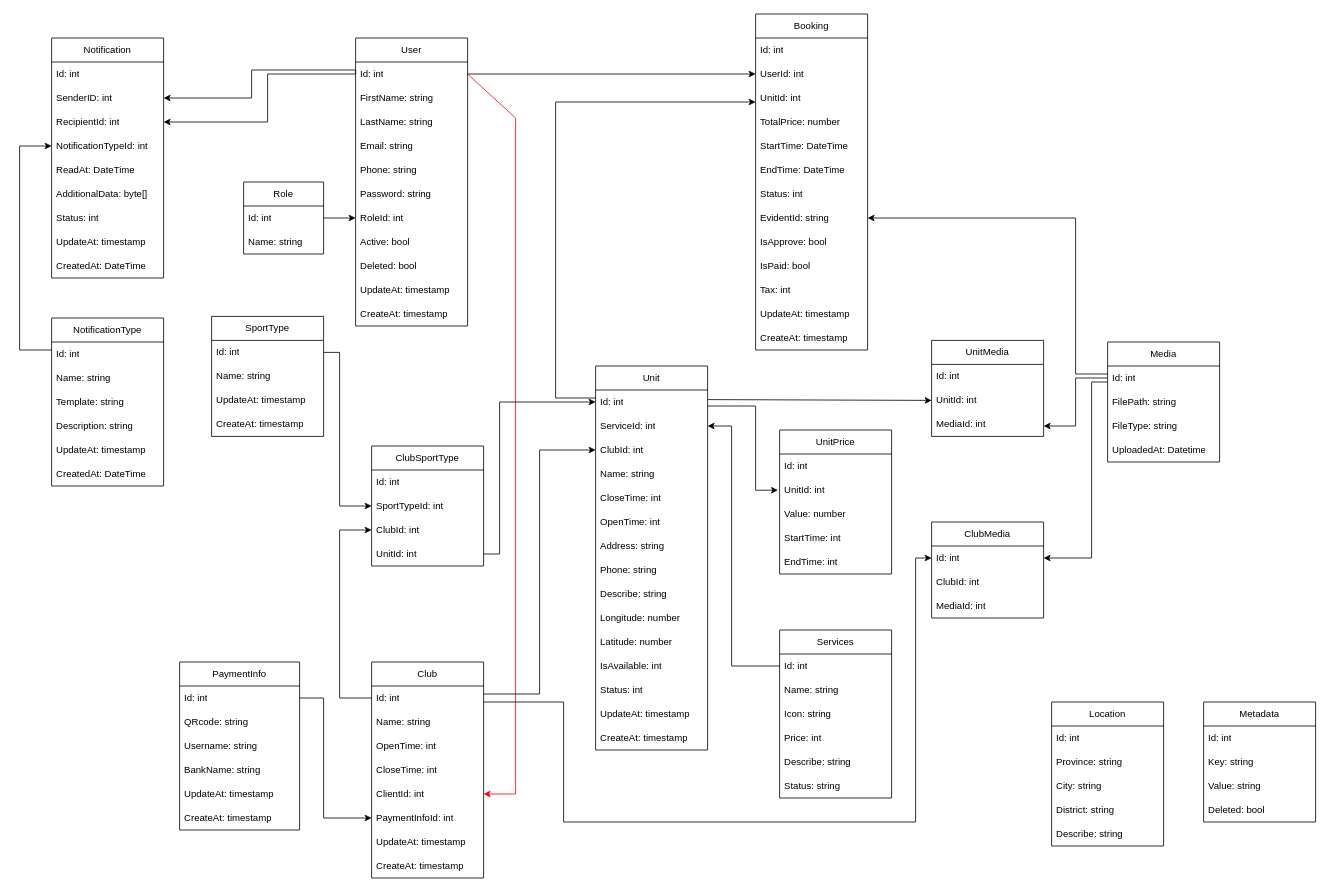
This is page "database" (2 of 2) of docs/SportsFieldBooking.drawio from LoanTTM232/LoanTTM232, a draw.io file, before an edit. Source tidied: cells renumbered, new cells numbered last; positions are measured from the earlier drawing's top-left corner, leaving out a move shared by most shapes. Both pictures are drawn from the tidied source at 80%, with x=0, y=0 at pixel (19, 14).
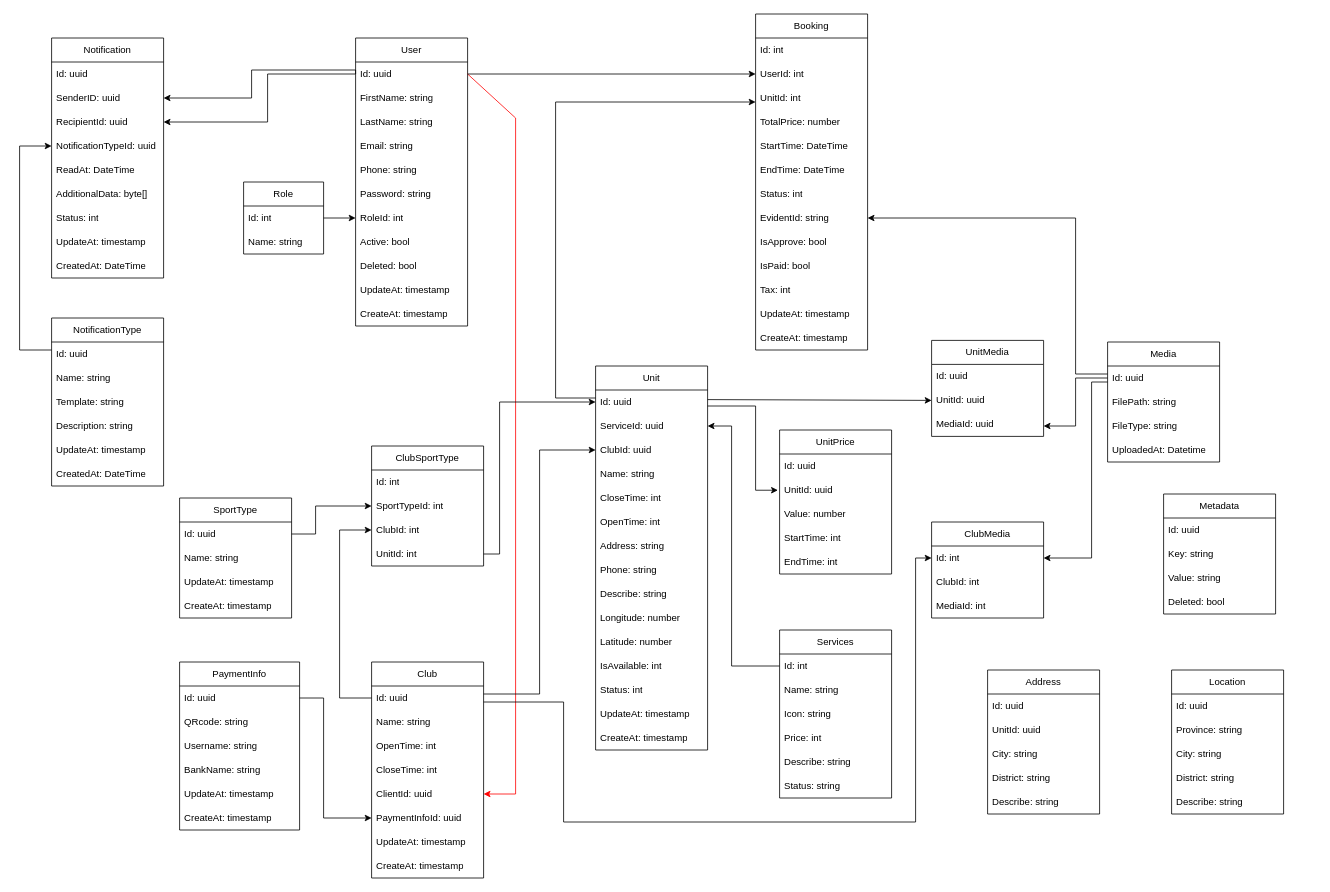
The same diagram, later.

Unchanged cells that the change refers to:
```xml
<mxCell id="5" value="User" style="swimlane;fontStyle=0;horizontal=1;startSize=30;whiteSpace=wrap;html=1;" parent="1" vertex="1">
  <mxGeometry x="420" y="30" width="140" height="360" as="geometry" />
</mxCell>
<mxCell id="17" value="Unit" style="swimlane;fontStyle=0;horizontal=1;startSize=30;whiteSpace=wrap;html=1;" parent="1" vertex="1">
  <mxGeometry x="720" y="440" width="140" height="480" as="geometry" />
</mxCell>
<mxCell id="54" value="PaymentInfo" style="swimlane;fontStyle=0;horizontal=1;startSize=30;whiteSpace=wrap;html=1;" parent="1" vertex="1">
  <mxGeometry x="200" y="810" width="150" height="210" as="geometry" />
</mxCell>
<mxCell id="61" value="Notification" style="swimlane;fontStyle=0;horizontal=1;startSize=30;whiteSpace=wrap;html=1;" parent="1" vertex="1">
  <mxGeometry x="40" y="30" width="140" height="300" as="geometry" />
</mxCell>
<mxCell id="71" value="UnitMedia" style="swimlane;fontStyle=0;horizontal=1;startSize=30;whiteSpace=wrap;html=1;" parent="1" vertex="1">
  <mxGeometry x="1140" y="408" width="140" height="120" as="geometry" />
</mxCell>
<mxCell id="86" value="NotificationType" style="swimlane;fontStyle=0;horizontal=1;startSize=30;whiteSpace=wrap;html=1;" parent="1" vertex="1">
  <mxGeometry x="40" y="380" width="140" height="210" as="geometry" />
</mxCell>
<mxCell id="94" value="UnitPrice" style="swimlane;fontStyle=0;horizontal=1;startSize=30;whiteSpace=wrap;html=1;" parent="1" vertex="1">
  <mxGeometry x="950" y="520" width="140" height="180" as="geometry" />
</mxCell>
<mxCell id="101" value="Media" style="swimlane;fontStyle=0;horizontal=1;startSize=30;whiteSpace=wrap;html=1;" parent="1" vertex="1">
  <mxGeometry x="1360" y="410" width="140" height="150" as="geometry" />
</mxCell>
<mxCell id="109" value="Club" style="swimlane;fontStyle=0;horizontal=1;startSize=30;whiteSpace=wrap;html=1;" parent="1" vertex="1">
  <mxGeometry x="440" y="810" width="140" height="270" as="geometry" />
</mxCell>
<mxCell id="129" value="SportTypeId: int" style="text;strokeColor=none;fillColor=none;align=left;verticalAlign=middle;spacingLeft=4;spacingRight=4;overflow=hidden;points=[[0,0.5],[1,0.5]];portConstraint=eastwest;whiteSpace=wrap;html=1;" parent="127" vertex="1">
  <mxGeometry y="60" width="140" height="30" as="geometry" />
</mxCell>
```

Diff of the diagram source:
```diff
@@
-    <mxCell id="6" value="Id: int" style="text;strokeColor=none;fillColor=none;align=left;verticalAlign=middle;spacingLeft=4;spacingRight=4;overflow=hidden;points=[[0,0.5],[1,0.5]];portConstraint=eastwest;whiteSpace=wrap;html=1;" parent="5" vertex="1">
+    <mxCell id="6" value="Id: uuid" style="text;strokeColor=none;fillColor=none;align=left;verticalAlign=middle;spacingLeft=4;spacingRight=4;overflow=hidden;points=[[0,0.5],[1,0.5]];portConstraint=eastwest;whiteSpace=wrap;html=1;" parent="5" vertex="1">
       <mxGeometry y="30" width="140" height="30" as="geometry" />
     </mxCell>
@@
-    <mxCell id="18" value="Id: int" style="text;strokeColor=none;fillColor=none;align=left;verticalAlign=middle;spacingLeft=4;spacingRight=4;overflow=hidden;points=[[0,0.5],[1,0.5]];portConstraint=eastwest;whiteSpace=wrap;html=1;" parent="17" vertex="1">
+    <mxCell id="18" value="Id: uuid" style="text;strokeColor=none;fillColor=none;align=left;verticalAlign=middle;spacingLeft=4;spacingRight=4;overflow=hidden;points=[[0,0.5],[1,0.5]];portConstraint=eastwest;whiteSpace=wrap;html=1;" parent="17" vertex="1">
       <mxGeometry y="30" width="140" height="30" as="geometry" />
     </mxCell>
-    <mxCell id="19" value="ServiceId: int" style="text;strokeColor=none;fillColor=none;align=left;verticalAlign=middle;spacingLeft=4;spacingRight=4;overflow=hidden;points=[[0,0.5],[1,0.5]];portConstraint=eastwest;whiteSpace=wrap;html=1;" parent="17" vertex="1">
+    <mxCell id="19" value="ServiceId: uuid" style="text;strokeColor=none;fillColor=none;align=left;verticalAlign=middle;spacingLeft=4;spacingRight=4;overflow=hidden;points=[[0,0.5],[1,0.5]];portConstraint=eastwest;whiteSpace=wrap;html=1;" parent="17" vertex="1">
       <mxGeometry y="60" width="140" height="30" as="geometry" />
     </mxCell>
-    <mxCell id="20" value="ClubId: int" style="text;strokeColor=none;fillColor=none;align=left;verticalAlign=middle;spacingLeft=4;spacingRight=4;overflow=hidden;points=[[0,0.5],[1,0.5]];portConstraint=eastwest;whiteSpace=wrap;html=1;" parent="17" vertex="1">
+    <mxCell id="20" value="ClubId: uuid" style="text;strokeColor=none;fillColor=none;align=left;verticalAlign=middle;spacingLeft=4;spacingRight=4;overflow=hidden;points=[[0,0.5],[1,0.5]];portConstraint=eastwest;whiteSpace=wrap;html=1;" parent="17" vertex="1">
       <mxGeometry y="90" width="140" height="30" as="geometry" />
     </mxCell>
@@
-    <mxCell id="55" value="Id: int" style="text;strokeColor=none;fillColor=none;align=left;verticalAlign=middle;spacingLeft=4;spacingRight=4;overflow=hidden;points=[[0,0.5],[1,0.5]];portConstraint=eastwest;whiteSpace=wrap;html=1;" parent="54" vertex="1">
+    <mxCell id="55" value="Id: uuid" style="text;strokeColor=none;fillColor=none;align=left;verticalAlign=middle;spacingLeft=4;spacingRight=4;overflow=hidden;points=[[0,0.5],[1,0.5]];portConstraint=eastwest;whiteSpace=wrap;html=1;" parent="54" vertex="1">
       <mxGeometry y="30" width="150" height="30" as="geometry" />
     </mxCell>
@@
-    <mxCell id="62" value="Id: int" style="text;strokeColor=none;fillColor=none;align=left;verticalAlign=middle;spacingLeft=4;spacingRight=4;overflow=hidden;whiteSpace=wrap;html=1;" parent="61" vertex="1">
+    <mxCell id="62" value="Id: uuid" style="text;strokeColor=none;fillColor=none;align=left;verticalAlign=middle;spacingLeft=4;spacingRight=4;overflow=hidden;whiteSpace=wrap;html=1;" parent="61" vertex="1">
       <mxGeometry y="30" width="140" height="30" as="geometry" />
     </mxCell>
-    <mxCell id="63" value="SenderID: int" style="text;strokeColor=none;fillColor=none;align=left;verticalAlign=middle;spacingLeft=4;spacingRight=4;overflow=hidden;points=[[0,0.5],[1,0.5]];portConstraint=eastwest;whiteSpace=wrap;html=1;" parent="61" vertex="1">
+    <mxCell id="63" value="SenderID: uuid" style="text;strokeColor=none;fillColor=none;align=left;verticalAlign=middle;spacingLeft=4;spacingRight=4;overflow=hidden;points=[[0,0.5],[1,0.5]];portConstraint=eastwest;whiteSpace=wrap;html=1;" parent="61" vertex="1">
       <mxGeometry y="60" width="140" height="30" as="geometry" />
     </mxCell>
-    <mxCell id="64" value="RecipientId: int" style="text;strokeColor=none;fillColor=none;align=left;verticalAlign=middle;spacingLeft=4;spacingRight=4;overflow=hidden;points=[[0,0.5],[1,0.5]];portConstraint=eastwest;whiteSpace=wrap;html=1;" parent="61" vertex="1">
+    <mxCell id="64" value="RecipientId: uuid" style="text;strokeColor=none;fillColor=none;align=left;verticalAlign=middle;spacingLeft=4;spacingRight=4;overflow=hidden;points=[[0,0.5],[1,0.5]];portConstraint=eastwest;whiteSpace=wrap;html=1;" parent="61" vertex="1">
       <mxGeometry y="90" width="140" height="30" as="geometry" />
     </mxCell>
-    <mxCell id="65" value="NotificationTypeId: int" style="text;strokeColor=none;fillColor=none;align=left;verticalAlign=middle;spacingLeft=4;spacingRight=4;overflow=hidden;points=[[0,0.5],[1,0.5]];portConstraint=eastwest;whiteSpace=wrap;html=1;" parent="61" vertex="1">
+    <mxCell id="65" value="NotificationTypeId: uuid" style="text;strokeColor=none;fillColor=none;align=left;verticalAlign=middle;spacingLeft=4;spacingRight=4;overflow=hidden;points=[[0,0.5],[1,0.5]];portConstraint=eastwest;whiteSpace=wrap;html=1;" parent="61" vertex="1">
       <mxGeometry y="120" width="140" height="30" as="geometry" />
     </mxCell>
@@
-    <mxCell id="72" value="Id: int" style="text;strokeColor=none;fillColor=none;align=left;verticalAlign=middle;spacingLeft=4;spacingRight=4;overflow=hidden;whiteSpace=wrap;html=1;" parent="71" vertex="1">
+    <mxCell id="72" value="Id: uuid" style="text;strokeColor=none;fillColor=none;align=left;verticalAlign=middle;spacingLeft=4;spacingRight=4;overflow=hidden;whiteSpace=wrap;html=1;" parent="71" vertex="1">
       <mxGeometry y="30" width="140" height="30" as="geometry" />
     </mxCell>
-    <mxCell id="73" value="UnitId: int" style="text;strokeColor=none;fillColor=none;align=left;verticalAlign=middle;spacingLeft=4;spacingRight=4;overflow=hidden;points=[[0,0.5],[1,0.5]];portConstraint=eastwest;whiteSpace=wrap;html=1;" parent="71" vertex="1">
+    <mxCell id="73" value="UnitId: uuid" style="text;strokeColor=none;fillColor=none;align=left;verticalAlign=middle;spacingLeft=4;spacingRight=4;overflow=hidden;points=[[0,0.5],[1,0.5]];portConstraint=eastwest;whiteSpace=wrap;html=1;" parent="71" vertex="1">
       <mxGeometry y="60" width="140" height="30" as="geometry" />
     </mxCell>
-    <mxCell id="74" value="MediaId: int" style="text;strokeColor=none;fillColor=none;align=left;verticalAlign=middle;spacingLeft=4;spacingRight=4;overflow=hidden;points=[[0,0.5],[1,0.5]];portConstraint=eastwest;whiteSpace=wrap;html=1;" parent="71" vertex="1">
+    <mxCell id="74" value="MediaId: uuid" style="text;strokeColor=none;fillColor=none;align=left;verticalAlign=middle;spacingLeft=4;spacingRight=4;overflow=hidden;points=[[0,0.5],[1,0.5]];portConstraint=eastwest;whiteSpace=wrap;html=1;" parent="71" vertex="1">
       <mxGeometry y="90" width="140" height="30" as="geometry" />
     </mxCell>
@@
     <mxCell id="77" value="SportType" style="swimlane;fontStyle=0;horizontal=1;startSize=30;whiteSpace=wrap;html=1;" parent="1" vertex="1">
-      <mxGeometry x="240" y="378" width="140" height="150" as="geometry" />
+      <mxGeometry x="200" y="605" width="140" height="150" as="geometry" />
     </mxCell>
-    <mxCell id="78" value="Id: int" style="text;strokeColor=none;fillColor=none;align=left;verticalAlign=middle;spacingLeft=4;spacingRight=4;overflow=hidden;points=[[0,0.5],[1,0.5]];portConstraint=eastwest;whiteSpace=wrap;html=1;" parent="77" vertex="1">
+    <mxCell id="78" value="Id: uuid" style="text;strokeColor=none;fillColor=none;align=left;verticalAlign=middle;spacingLeft=4;spacingRight=4;overflow=hidden;points=[[0,0.5],[1,0.5]];portConstraint=eastwest;whiteSpace=wrap;html=1;" parent="77" vertex="1">
       <mxGeometry y="30" width="140" height="30" as="geometry" />
     </mxCell>
@@
-    <mxCell id="87" value="Id: int" style="text;strokeColor=none;fillColor=none;align=left;verticalAlign=middle;spacingLeft=4;spacingRight=4;overflow=hidden;points=[[0,0.5],[1,0.5]];portConstraint=eastwest;whiteSpace=wrap;html=1;" parent="86" vertex="1">
+    <mxCell id="87" value="Id: uuid" style="text;strokeColor=none;fillColor=none;align=left;verticalAlign=middle;spacingLeft=4;spacingRight=4;overflow=hidden;points=[[0,0.5],[1,0.5]];portConstraint=eastwest;whiteSpace=wrap;html=1;" parent="86" vertex="1">
       <mxGeometry y="30" width="140" height="30" as="geometry" />
     </mxCell>
@@
-    <mxCell id="95" value="Id: int" style="text;strokeColor=none;fillColor=none;align=left;verticalAlign=middle;spacingLeft=4;spacingRight=4;overflow=hidden;whiteSpace=wrap;html=1;" parent="94" vertex="1">
+    <mxCell id="95" value="Id: uuid" style="text;strokeColor=none;fillColor=none;align=left;verticalAlign=middle;spacingLeft=4;spacingRight=4;overflow=hidden;whiteSpace=wrap;html=1;" parent="94" vertex="1">
       <mxGeometry y="30" width="140" height="30" as="geometry" />
     </mxCell>
-    <mxCell id="96" value="UnitId: int" style="text;strokeColor=none;fillColor=none;align=left;verticalAlign=middle;spacingLeft=4;spacingRight=4;overflow=hidden;points=[[0,0.5],[1,0.5]];portConstraint=eastwest;whiteSpace=wrap;html=1;" parent="94" vertex="1">
+    <mxCell id="96" value="UnitId: uuid" style="text;strokeColor=none;fillColor=none;align=left;verticalAlign=middle;spacingLeft=4;spacingRight=4;overflow=hidden;points=[[0,0.5],[1,0.5]];portConstraint=eastwest;whiteSpace=wrap;html=1;" parent="94" vertex="1">
       <mxGeometry y="60" width="140" height="30" as="geometry" />
     </mxCell>
@@
-    <mxCell id="102" value="Id: int" style="text;strokeColor=none;fillColor=none;align=left;verticalAlign=middle;spacingLeft=4;spacingRight=4;overflow=hidden;points=[[0,0.5],[1,0.5]];portConstraint=eastwest;whiteSpace=wrap;html=1;" parent="101" vertex="1">
+    <mxCell id="102" value="Id: uuid" style="text;strokeColor=none;fillColor=none;align=left;verticalAlign=middle;spacingLeft=4;spacingRight=4;overflow=hidden;points=[[0,0.5],[1,0.5]];portConstraint=eastwest;whiteSpace=wrap;html=1;" parent="101" vertex="1">
       <mxGeometry y="30" width="140" height="30" as="geometry" />
     </mxCell>
@@
-    <mxCell id="110" value="Id: int" style="text;strokeColor=none;fillColor=none;align=left;verticalAlign=middle;spacingLeft=4;spacingRight=4;overflow=hidden;points=[[0,0.5],[1,0.5]];portConstraint=eastwest;whiteSpace=wrap;html=1;" parent="109" vertex="1">
+    <mxCell id="110" value="Id: uuid" style="text;strokeColor=none;fillColor=none;align=left;verticalAlign=middle;spacingLeft=4;spacingRight=4;overflow=hidden;points=[[0,0.5],[1,0.5]];portConstraint=eastwest;whiteSpace=wrap;html=1;" parent="109" vertex="1">
       <mxGeometry y="30" width="140" height="30" as="geometry" />
     </mxCell>
@@
-    <mxCell id="114" value="ClientId: int" style="text;strokeColor=none;fillColor=none;align=left;verticalAlign=middle;spacingLeft=4;spacingRight=4;overflow=hidden;points=[[0,0.5],[1,0.5]];portConstraint=eastwest;whiteSpace=wrap;html=1;" parent="109" vertex="1">
+    <mxCell id="114" value="ClientId: uuid" style="text;strokeColor=none;fillColor=none;align=left;verticalAlign=middle;spacingLeft=4;spacingRight=4;overflow=hidden;points=[[0,0.5],[1,0.5]];portConstraint=eastwest;whiteSpace=wrap;html=1;" parent="109" vertex="1">
       <mxGeometry y="150" width="140" height="30" as="geometry" />
     </mxCell>
-    <mxCell id="115" value="PaymentInfoId: int" style="text;strokeColor=none;fillColor=none;align=left;verticalAlign=middle;spacingLeft=4;spacingRight=4;overflow=hidden;points=[[0,0.5],[1,0.5]];portConstraint=eastwest;whiteSpace=wrap;html=1;" parent="109" vertex="1">
+    <mxCell id="115" value="PaymentInfoId: uuid" style="text;strokeColor=none;fillColor=none;align=left;verticalAlign=middle;spacingLeft=4;spacingRight=4;overflow=hidden;points=[[0,0.5],[1,0.5]];portConstraint=eastwest;whiteSpace=wrap;html=1;" parent="109" vertex="1">
       <mxGeometry y="180" width="140" height="30" as="geometry" />
     </mxCell>
@@
     <mxCell id="132" style="edgeStyle=orthogonalEdgeStyle;rounded=0;jettySize=auto;html=1;" parent="1" edge="1" source="78" target="129">
       <mxGeometry relative="1" as="geometry">
         <Array as="points">
-          <mxPoint x="400" y="423" />
-          <mxPoint x="400" y="615" />
+          <mxPoint x="370" y="650" />
+          <mxPoint x="370" y="615" />
         </Array>
       </mxGeometry>
     </mxCell>
@@
     <mxCell id="135" value="Location" style="swimlane;fontStyle=0;horizontal=1;startSize=30;whiteSpace=wrap;html=1;" parent="1" vertex="1">
-      <mxGeometry x="1290" y="860" width="140" height="180" as="geometry" />
+      <mxGeometry x="1440" y="820" width="140" height="180" as="geometry" />
     </mxCell>
-    <mxCell id="136" value="Id: int" style="text;strokeColor=none;fillColor=none;align=left;verticalAlign=middle;spacingLeft=4;spacingRight=4;overflow=hidden;whiteSpace=wrap;html=1;" parent="135" vertex="1">
+    <mxCell id="136" value="Id: uuid" style="text;strokeColor=none;fillColor=none;align=left;verticalAlign=middle;spacingLeft=4;spacingRight=4;overflow=hidden;whiteSpace=wrap;html=1;" parent="135" vertex="1">
       <mxGeometry y="30" width="140" height="30" as="geometry" />
     </mxCell>
@@
     <mxCell id="141" value="Metadata" style="swimlane;fontStyle=0;horizontal=1;startSize=30;whiteSpace=wrap;html=1;" parent="1" vertex="1">
-      <mxGeometry x="1480" y="860" width="140" height="150" as="geometry" />
+      <mxGeometry x="1430" y="600" width="140" height="150" as="geometry" />
     </mxCell>
-    <mxCell id="142" value="Id: int" style="text;strokeColor=none;fillColor=none;align=left;verticalAlign=middle;spacingLeft=4;spacingRight=4;overflow=hidden;whiteSpace=wrap;html=1;" parent="141" vertex="1">
+    <mxCell id="142" value="Id: uuid" style="text;strokeColor=none;fillColor=none;align=left;verticalAlign=middle;spacingLeft=4;spacingRight=4;overflow=hidden;whiteSpace=wrap;html=1;" parent="141" vertex="1">
       <mxGeometry y="30" width="140" height="30" as="geometry" />
     </mxCell>
@@
+    <mxCell id="146" value="Address" style="swimlane;fontStyle=0;horizontal=1;startSize=30;whiteSpace=wrap;html=1;" parent="1" vertex="1">
+      <mxGeometry x="1210" y="820" width="140" height="180" as="geometry" />
+    </mxCell>
+    <mxCell id="147" value="Id: uuid" style="text;strokeColor=none;fillColor=none;align=left;verticalAlign=middle;spacingLeft=4;spacingRight=4;overflow=hidden;whiteSpace=wrap;html=1;" parent="146" vertex="1">
+      <mxGeometry y="30" width="140" height="30" as="geometry" />
+    </mxCell>
+    <mxCell id="148" value="UnitId: uuid" style="text;strokeColor=none;fillColor=none;align=left;verticalAlign=middle;spacingLeft=4;spacingRight=4;overflow=hidden;whiteSpace=wrap;html=1;" parent="146" vertex="1">
+      <mxGeometry y="60" width="140" height="30" as="geometry" />
+    </mxCell>
+    <mxCell id="149" value="City: string" style="text;strokeColor=none;fillColor=none;align=left;verticalAlign=middle;spacingLeft=4;spacingRight=4;overflow=hidden;whiteSpace=wrap;html=1;" parent="146" vertex="1">
+      <mxGeometry y="90" width="140" height="30" as="geometry" />
+    </mxCell>
+    <mxCell id="150" value="&lt;span&gt;&lt;/span&gt;&lt;span&gt;&lt;/span&gt;&lt;span style=&quot;white-space-collapse: preserve;&quot;&gt;District: string&lt;/span&gt;" style="text;strokeColor=none;fillColor=none;align=left;verticalAlign=middle;spacingLeft=4;spacingRight=4;overflow=hidden;whiteSpace=wrap;html=1;" parent="146" vertex="1">
+      <mxGeometry y="120" width="140" height="30" as="geometry" />
+    </mxCell>
+    <mxCell id="151" value="Describe: string" style="text;strokeColor=none;fillColor=none;align=left;verticalAlign=middle;spacingLeft=4;spacingRight=4;overflow=hidden;whiteSpace=wrap;html=1;" parent="146" vertex="1">
+      <mxGeometry y="150" width="140" height="30" as="geometry" />
+    </mxCell>
```
